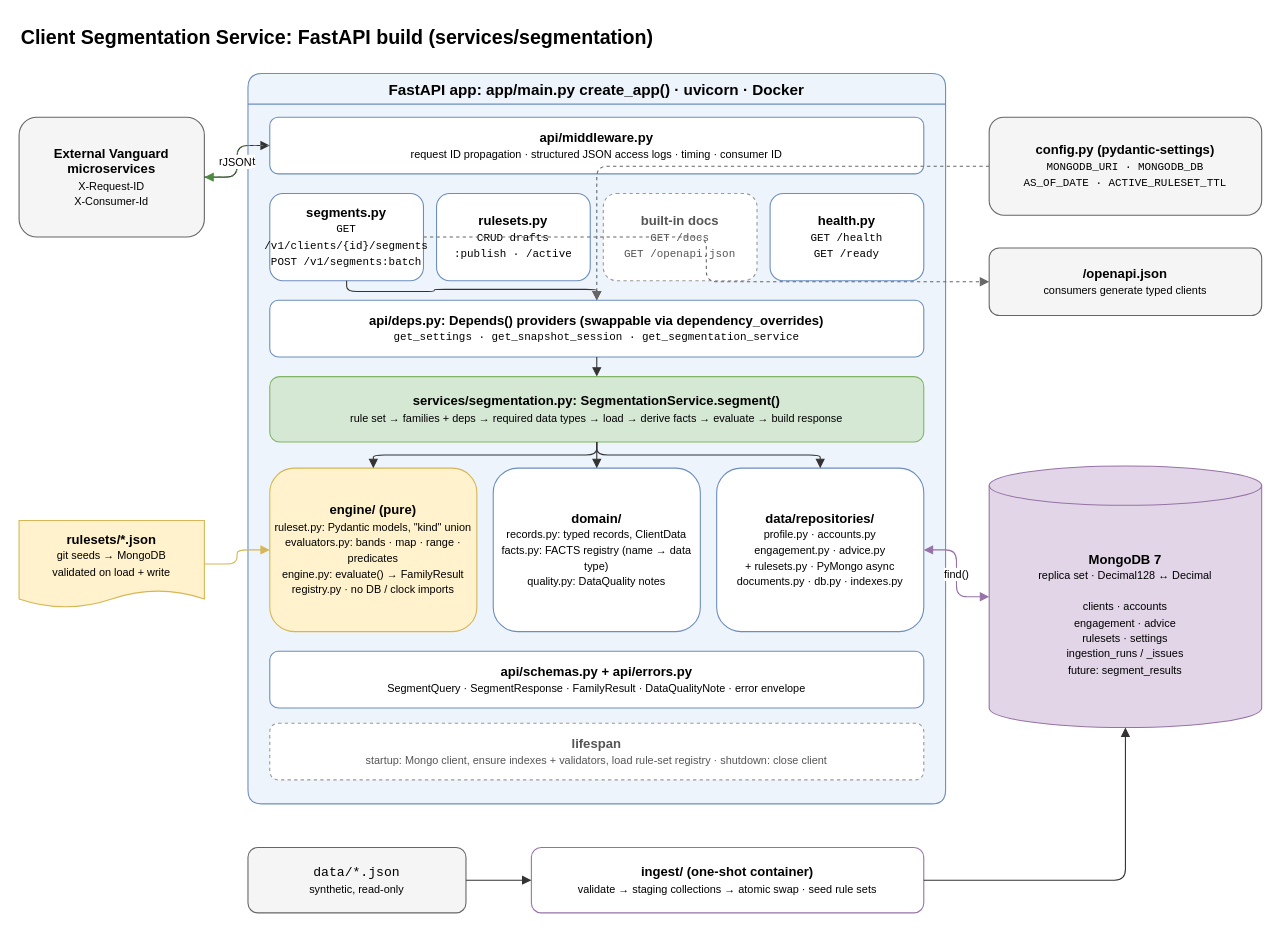
Above: page "2. FastAPI build" (2 of 2) of docs/architecture.drawio in JustinGarvida/vanguard-css (draw.io), before the change. Source tidied: cells renumbered, new cells numbered last; positions are measured from the earlier drawing's top-left corner, leaving out a move shared by most shapes. Both pictures are drawn from the tidied source at 109%, with x=0, y=0 at pixel (19, 19).
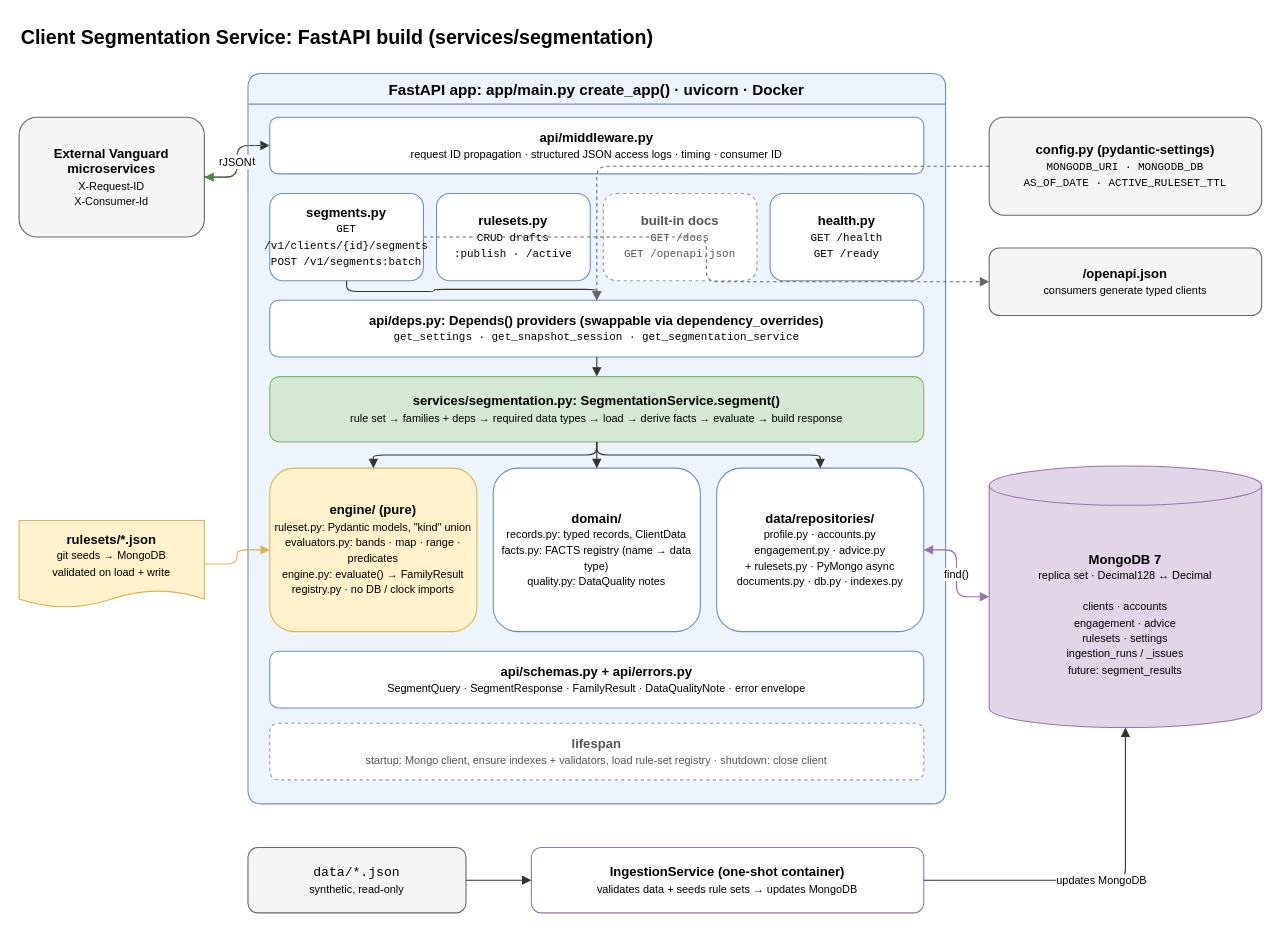
After the change.

Commit message (it also covers changes not shown here):
docs: component descriptions, rule-set registry to MongoDB, IngestionService, v2 intent diagram (#8)

The change refers to these unchanged cells:
```xml
<mxCell id="20" value="&lt;b&gt;MongoDB 7&lt;/b&gt;&lt;br&gt;&lt;font style=&quot;font-size:10px&quot;&gt;replica set · Decimal128 ↔ Decimal&lt;/font&gt;&lt;br&gt;&lt;font style=&quot;font-size:10px&quot;&gt;&lt;/font&gt;&lt;br&gt;&lt;font style=&quot;font-size:10px&quot;&gt;clients · accounts&lt;/font&gt;&lt;br&gt;&lt;font style=&quot;font-size:10px&quot;&gt;engagement · advice&lt;/font&gt;&lt;br&gt;&lt;font style=&quot;font-size:10px&quot;&gt;rulesets · settings&lt;/font&gt;&lt;br&gt;&lt;font style=&quot;font-size:10px&quot;&gt;ingestion_runs / _issues&lt;/font&gt;&lt;br&gt;&lt;font style=&quot;font-size:10px&quot;&gt;future: segment_results&lt;/font&gt;" style="shape=cylinder3;whiteSpace=wrap;html=1;boundedLbl=1;backgroundOutline=1;size=18;fillColor=#e1d5e7;strokeColor=#9673a6;align=center;" parent="1" vertex="1">
  <mxGeometry x="890" y="410" width="250" height="240" as="geometry" />
</mxCell>
```

Diff of the diagram source:
```diff
@@
-    <mxCell id="22" value="&lt;b&gt;ingest/ (one-shot container)&lt;/b&gt;&lt;br&gt;&lt;font style=&quot;font-size:10px&quot;&gt;validate → staging collections → atomic swap · seed rule sets&lt;/font&gt;" style="rounded=1;whiteSpace=wrap;html=1;fillColor=#ffffff;strokeColor=#9673a6;" parent="1" vertex="1">
+    <mxCell id="22" value="&lt;b&gt;IngestionService (one-shot container)&lt;/b&gt;&lt;br&gt;&lt;font style=&quot;font-size:10px&quot;&gt;validates data + seeds rule sets → updates MongoDB&lt;/font&gt;" style="rounded=1;whiteSpace=wrap;html=1;fillColor=#ffffff;strokeColor=#9673a6;" parent="1" vertex="1">
       <mxGeometry x="470" y="760" width="360" height="60" as="geometry" />
     </mxCell>
@@
-    <mxCell id="35" style="edgeStyle=orthogonalEdgeStyle;rounded=1;html=1;fontSize=10;endArrow=block;strokeColor=#333333;" parent="1" edge="1" source="22" target="20">
+    <mxCell id="35" value="updates MongoDB" style="edgeStyle=orthogonalEdgeStyle;rounded=1;html=1;fontSize=10;endArrow=block;strokeColor=#333333;" parent="1" edge="1" source="22" target="20">
       <mxGeometry relative="1" as="geometry" />
     </mxCell>
```
